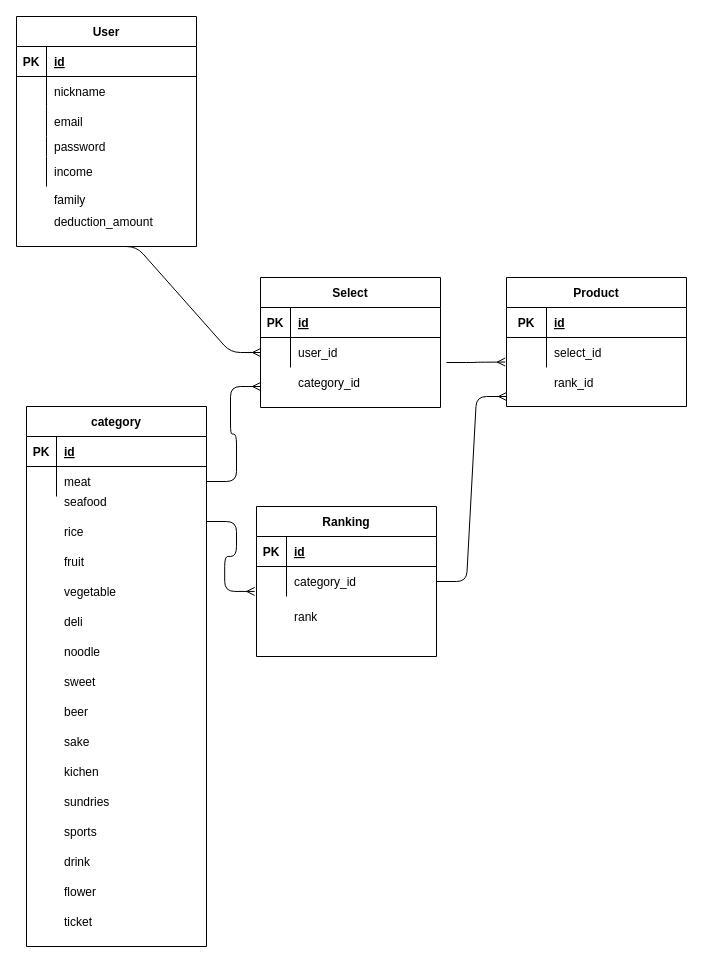
Above: Untitled Diagram.drawio in kojikoji00/furusele-app (draw.io), before the change. Source tidied: cells renumbered, new cells numbered last; positions are measured from the earlier drawing's top-left corner, leaving out a move shared by most shapes. Both pictures are drawn from the tidied source at 100%, with x=0, y=0 at pixel (16, 16).
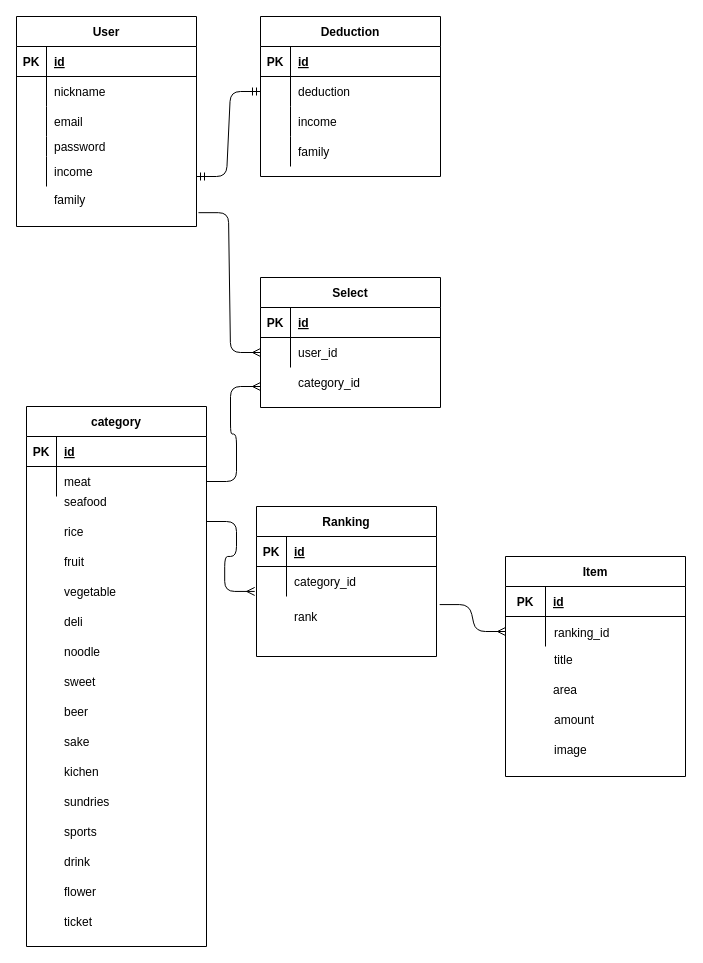
After the change.

Commit message:
Untitled Diagram.drawio を更新します

The change refers to these unchanged cells:
```xml
<mxCell id="6" style="shape=partialRectangle;fillColor=none;top=0;left=0;bottom=0;right=0;points=[[0,0.5],[1,0.5]];portConstraint=eastwest;" parent="2" vertex="1">
  <mxGeometry y="60" width="180" height="30" as="geometry" />
</mxCell>
<mxCell id="33" style="group;" parent="1" vertex="1">
  <mxGeometry width="180" height="230" as="geometry" />
</mxCell>
<mxCell id="50" style="shape=partialRectangle;fillColor=none;top=0;left=0;bottom=0;right=0;points=[[0,0.5],[1,0.5]];portConstraint=eastwest;" parent="33" vertex="1">
  <mxGeometry y="173" width="180" height="20" as="geometry" />
</mxCell>
<mxCell id="65" style="shape=partialRectangle;fillColor=none;top=0;left=0;bottom=0;right=0;points=[[0,0.5],[1,0.5]];portConstraint=eastwest;" parent="54" vertex="1">
  <mxGeometry x="-10" y="110" width="180" height="320" as="geometry" />
</mxCell>
```

What changed in the source:
```diff
@@
     <mxCell id="34" value="User" style="shape=table;startSize=30;childLayout=tableLayout;rowLines=0;fontStyle=1;align=center;" parent="33" vertex="1">
-      <mxGeometry width="180" height="230" as="geometry" />
+      <mxGeometry width="180" height="210" as="geometry" />
     </mxCell>
@@
-    <mxCell id="53" value="deduction_amount" style="shape=partialRectangle;fillColor=none;top=0;left=0;bottom=0;right=0;align=left;spacingLeft=6;overflow=hidden;" parent="33" vertex="1">
-      <mxGeometry x="30" y="195" width="150" height="20" as="geometry" />
-    </mxCell>
     <mxCell id="54" style="group;" parent="1" vertex="1">
-      <mxGeometry x="260" y="480" width="180" height="450" as="geometry" />
+      <mxGeometry x="260" y="480" width="410" height="450" as="geometry" />
     </mxCell>
@@
+    <mxCell id="82" style="group;" parent="54" vertex="1">
+      <mxGeometry x="230" y="60" width="180" height="260" as="geometry" />
+    </mxCell>
+    <mxCell id="83" value="Item" style="shape=table;startSize=30;childLayout=tableLayout;rowLines=0;fontStyle=1;align=center;" parent="82" vertex="1">
+      <mxGeometry x="-1" width="180" height="220" as="geometry" />
+    </mxCell>
+    <mxCell id="84" style="shape=partialRectangle;fillColor=none;top=0;left=0;bottom=1;right=0;" parent="83" vertex="1">
+      <mxGeometry y="30" width="180" height="30" as="geometry" />
+    </mxCell>
+    <mxCell id="73" value="PK" style="shape=partialRectangle;fillColor=none;top=0;left=0;bottom=0;right=0;fontStyle=1;overflow=hidden;" parent="84" vertex="1">
+      <mxGeometry width="40" height="30" as="geometry" />
+    </mxCell>
+    <mxCell id="74" value="id" style="shape=partialRectangle;fillColor=none;top=0;left=0;bottom=0;right=0;align=left;spacingLeft=6;fontStyle=5;overflow=hidden;" parent="84" vertex="1">
+      <mxGeometry x="40" width="140" height="30" as="geometry" />
+    </mxCell>
+    <mxCell id="85" style="shape=partialRectangle;fillColor=none;top=0;left=0;bottom=0;right=0;points=[[0,0.5],[1,0.5]];portConstraint=eastwest;" parent="83" vertex="1">
+      <mxGeometry y="60" width="180" height="30" as="geometry" />
+    </mxCell>
+    <mxCell id="76" style="shape=partialRectangle;fillColor=none;top=0;left=0;bottom=0;right=0;overflow=hidden;" parent="85" vertex="1">
+      <mxGeometry width="40" height="30" as="geometry" />
+    </mxCell>
+    <mxCell id="86" style="shape=partialRectangle;fillColor=none;top=0;left=0;bottom=0;right=0;align=left;spacingLeft=6;overflow=hidden;" parent="85" vertex="1">
+      <mxGeometry x="40" width="140" height="30" as="geometry" />
+    </mxCell>
+    <mxCell id="87" value="area" style="shape=partialRectangle;fillColor=none;top=0;left=0;bottom=0;right=0;align=left;spacingLeft=6;overflow=hidden;" parent="82" vertex="1">
+      <mxGeometry x="39" y="118" width="140" height="30" as="geometry" />
+    </mxCell>
+    <mxCell id="88" value="amount" style="shape=partialRectangle;fillColor=none;top=0;left=0;bottom=0;right=0;align=left;spacingLeft=6;overflow=hidden;" parent="82" vertex="1">
+      <mxGeometry x="40" y="148" width="140" height="30" as="geometry" />
+    </mxCell>
+    <mxCell id="89" value="image" style="shape=partialRectangle;fillColor=none;top=0;left=0;bottom=0;right=0;align=left;spacingLeft=6;overflow=hidden;" parent="82" vertex="1">
+      <mxGeometry x="40" y="178" width="140" height="30" as="geometry" />
+    </mxCell>
+    <mxCell id="90" value="ranking_id" style="shape=partialRectangle;fillColor=none;top=0;left=0;bottom=0;right=0;align=left;spacingLeft=6;overflow=hidden;" parent="82" vertex="1">
+      <mxGeometry x="40" y="61" width="140" height="30" as="geometry" />
+    </mxCell>
+    <mxCell id="91" value="title" style="shape=partialRectangle;fillColor=none;top=0;left=0;bottom=0;right=0;align=left;spacingLeft=6;overflow=hidden;" parent="82" vertex="1">
+      <mxGeometry x="40" y="88" width="140" height="30" as="geometry" />
+    </mxCell>
+    <mxCell id="81" style="edgeStyle=entityRelationEdgeStyle;fontSize=12;html=1;endArrow=ERmany;entryX=0;entryY=0.5;entryDx=0;entryDy=0;exitX=0.962;exitY=-0.006;exitDx=0;exitDy=0;exitPerimeter=0;" parent="54" edge="1" source="65" target="85">
+      <mxGeometry relative="1" as="geometry" />
+    </mxCell>
@@
-    <mxCell id="70" style="edgeStyle=entityRelationEdgeStyle;fontSize=12;html=1;endArrow=ERmany;exitX=0.5;exitY=1;exitDx=0;exitDy=0;entryX=0;entryY=0.5;entryDx=0;entryDy=0;" parent="1" edge="1" source="34" target="6">
+    <mxCell id="70" style="edgeStyle=entityRelationEdgeStyle;fontSize=12;html=1;endArrow=ERmany;entryX=0;entryY=0.5;entryDx=0;entryDy=0;exitX=1.011;exitY=1.159;exitDx=0;exitDy=0;exitPerimeter=0;" parent="1" edge="1" source="50" target="6">
       <mxGeometry relative="1" as="geometry" />
     </mxCell>
-    <mxCell id="71" value="Product" style="shape=table;startSize=30;childLayout=tableLayout;rowLines=0;fontStyle=1;align=center;" parent="1" vertex="1">
-      <mxGeometry x="490" y="261" width="180" height="129" as="geometry" />
-    </mxCell>
-    <mxCell id="72" style="shape=partialRectangle;fillColor=none;top=0;left=0;bottom=1;right=0;" parent="71" vertex="1">
-      <mxGeometry y="30" width="180" height="30" as="geometry" />
-    </mxCell>
-    <mxCell id="73" value="PK" style="shape=partialRectangle;fillColor=none;top=0;left=0;bottom=0;right=0;fontStyle=1;overflow=hidden;" parent="72" vertex="1">
-      <mxGeometry width="40" height="30" as="geometry" />
-    </mxCell>
-    <mxCell id="74" value="id" style="shape=partialRectangle;fillColor=none;top=0;left=0;bottom=0;right=0;align=left;spacingLeft=6;fontStyle=5;overflow=hidden;" parent="72" vertex="1">
-      <mxGeometry x="40" width="140" height="30" as="geometry" />
-    </mxCell>
-    <mxCell id="75" style="shape=partialRectangle;fillColor=none;top=0;left=0;bottom=0;right=0;points=[[0,0.5],[1,0.5]];portConstraint=eastwest;" parent="71" vertex="1">
-      <mxGeometry y="60" width="180" height="30" as="geometry" />
-    </mxCell>
-    <mxCell id="76" style="shape=partialRectangle;fillColor=none;top=0;left=0;bottom=0;right=0;overflow=hidden;" parent="75" vertex="1">
-      <mxGeometry width="40" height="30" as="geometry" />
-    </mxCell>
-    <mxCell id="77" value="select_id" style="shape=partialRectangle;fillColor=none;top=0;left=0;bottom=0;right=0;align=left;spacingLeft=6;overflow=hidden;" parent="75" vertex="1">
-      <mxGeometry x="40" width="140" height="30" as="geometry" />
-    </mxCell>
@@
-    <mxCell id="79" value="rank_id" style="shape=partialRectangle;fillColor=none;top=0;left=0;bottom=0;right=0;align=left;spacingLeft=6;overflow=hidden;" parent="1" vertex="1">
-      <mxGeometry x="530" y="351" width="140" height="30" as="geometry" />
-    </mxCell>
-    <mxCell id="80" style="edgeStyle=entityRelationEdgeStyle;fontSize=12;html=1;endArrow=ERmany;entryX=-0.007;entryY=0.818;entryDx=0;entryDy=0;entryPerimeter=0;" parent="1" edge="1" target="75">
-      <mxGeometry relative="1" as="geometry">
-        <mxPoint x="430" y="346" as="sourcePoint" />
-      </mxGeometry>
-    </mxCell>
-    <mxCell id="81" style="edgeStyle=entityRelationEdgeStyle;fontSize=12;html=1;endArrow=ERmany;" parent="1" edge="1">
-      <mxGeometry relative="1" as="geometry">
-        <mxPoint x="420" y="565" as="sourcePoint" />
-        <mxPoint x="490" y="380" as="targetPoint" />
-      </mxGeometry>
-    </mxCell>
+    <mxCell id="92" value="Deduction" style="shape=table;startSize=30;childLayout=tableLayout;rowLines=0;fontStyle=1;align=center;" parent="1" vertex="1">
+      <mxGeometry x="244" width="180" height="160" as="geometry" />
+    </mxCell>
+    <mxCell id="93" style="shape=partialRectangle;fillColor=none;top=0;left=0;bottom=1;right=0;" parent="92" vertex="1">
+      <mxGeometry y="30" width="180" height="30" as="geometry" />
+    </mxCell>
+    <mxCell id="94" value="PK" style="shape=partialRectangle;fillColor=none;top=0;left=0;bottom=0;right=0;fontStyle=1;overflow=hidden;" parent="93" vertex="1">
+      <mxGeometry width="30" height="30" as="geometry" />
+    </mxCell>
+    <mxCell id="95" value="id" style="shape=partialRectangle;fillColor=none;top=0;left=0;bottom=0;right=0;align=left;spacingLeft=6;fontStyle=5;overflow=hidden;" parent="93" vertex="1">
+      <mxGeometry x="30" width="150" height="30" as="geometry" />
+    </mxCell>
+    <mxCell id="96" style="shape=partialRectangle;fillColor=none;top=0;left=0;bottom=0;right=0;points=[[0,0.5],[1,0.5]];portConstraint=eastwest;" parent="92" vertex="1">
+      <mxGeometry y="60" width="180" height="30" as="geometry" />
+    </mxCell>
+    <mxCell id="97" style="shape=partialRectangle;fillColor=none;top=0;left=0;bottom=0;right=0;overflow=hidden;" parent="96" vertex="1">
+      <mxGeometry width="30" height="30" as="geometry" />
+    </mxCell>
+    <mxCell id="98" value="deduction" style="shape=partialRectangle;fillColor=none;top=0;left=0;bottom=0;right=0;align=left;spacingLeft=6;overflow=hidden;" parent="96" vertex="1">
+      <mxGeometry x="30" width="150" height="30" as="geometry" />
+    </mxCell>
+    <mxCell id="99" style="shape=partialRectangle;fillColor=none;top=0;left=0;bottom=0;right=0;" parent="92" vertex="1">
+      <mxGeometry y="90" width="180" height="30" as="geometry" />
+    </mxCell>
+    <mxCell id="100" style="shape=partialRectangle;fillColor=none;top=0;left=0;bottom=0;right=0;overflow=hidden;" parent="99" vertex="1">
+      <mxGeometry width="30" height="30" as="geometry" />
+    </mxCell>
+    <mxCell id="101" value="income" style="shape=partialRectangle;fillColor=none;top=0;left=0;bottom=0;right=0;align=left;spacingLeft=6;overflow=hidden;" parent="99" vertex="1">
+      <mxGeometry x="30" width="150" height="30" as="geometry" />
+    </mxCell>
+    <mxCell id="102" style="shape=partialRectangle;fillColor=none;top=0;left=0;bottom=0;right=0;" parent="92" vertex="1">
+      <mxGeometry y="120" width="180" height="30" as="geometry" />
+    </mxCell>
+    <mxCell id="103" style="shape=partialRectangle;fillColor=none;top=0;left=0;bottom=0;right=0;overflow=hidden;" parent="102" vertex="1">
+      <mxGeometry width="30" height="30" as="geometry" />
+    </mxCell>
+    <mxCell id="104" style="shape=partialRectangle;fillColor=none;top=0;left=0;bottom=0;right=0;align=left;spacingLeft=6;overflow=hidden;" parent="102" vertex="1">
+      <mxGeometry x="30" width="150" height="30" as="geometry" />
+    </mxCell>
+    <mxCell id="105" style="shape=partialRectangle;fillColor=none;top=0;left=0;bottom=0;right=0;" parent="1" vertex="1">
+      <mxGeometry x="244" y="120" width="180" height="30" as="geometry" />
+    </mxCell>
+    <mxCell id="106" style="shape=partialRectangle;fillColor=none;top=0;left=0;bottom=0;right=0;overflow=hidden;" parent="105" vertex="1">
+      <mxGeometry width="30" height="30" as="geometry" />
+    </mxCell>
+    <mxCell id="107" value="family" style="shape=partialRectangle;fillColor=none;top=0;left=0;bottom=0;right=0;align=left;spacingLeft=6;overflow=hidden;" parent="105" vertex="1">
+      <mxGeometry x="30" width="150" height="30" as="geometry" />
+    </mxCell>
+    <mxCell id="108" style="edgeStyle=entityRelationEdgeStyle;fontSize=12;html=1;endArrow=ERmandOne;startArrow=ERmandOne;entryX=0;entryY=0.5;entryDx=0;entryDy=0;" parent="1" edge="1" target="96">
+      <mxGeometry relative="1" as="geometry">
+        <mxPoint x="180" y="160" as="sourcePoint" />
+      </mxGeometry>
+    </mxCell>
```
